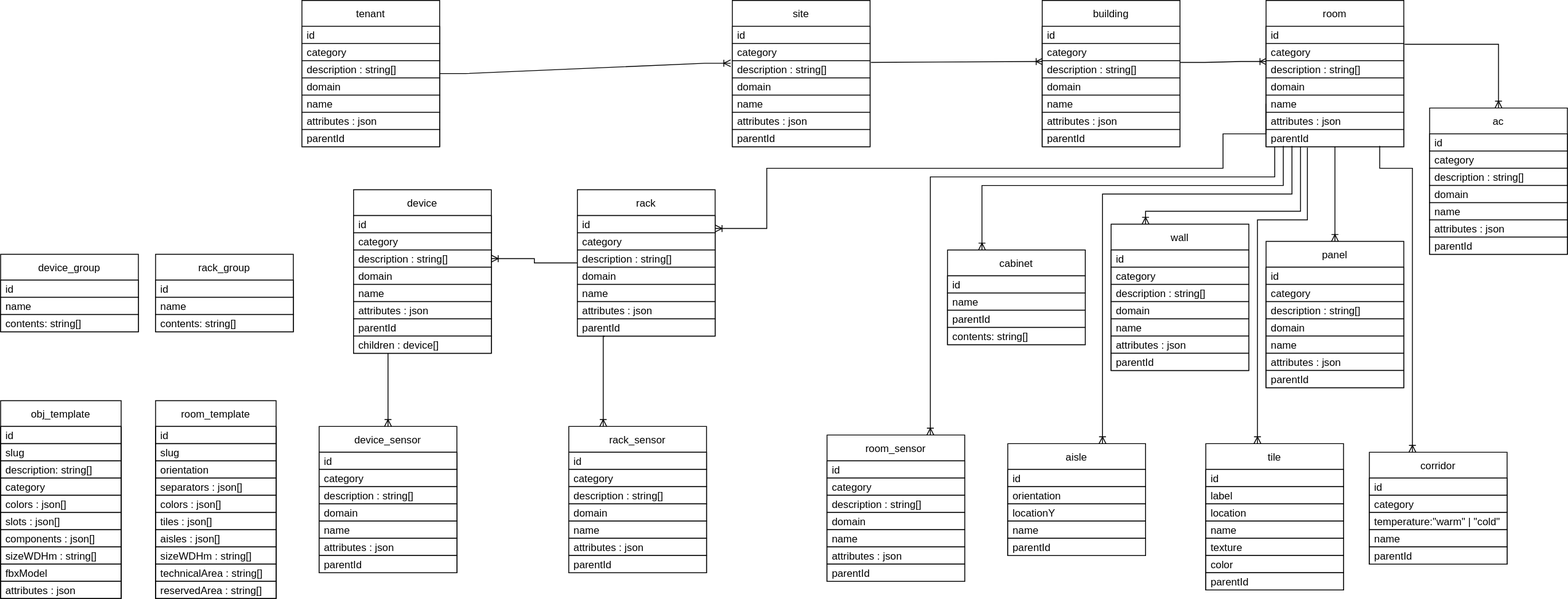
Before: resources/diagrams/DB Diagram.svg, a diagram exported from draw.io (ditrit/OGrEE-Core). Source tidied: cells renumbered, new cells last; positions are measured from the earlier drawing's top-left corner, leaving out a move shared by most shapes.
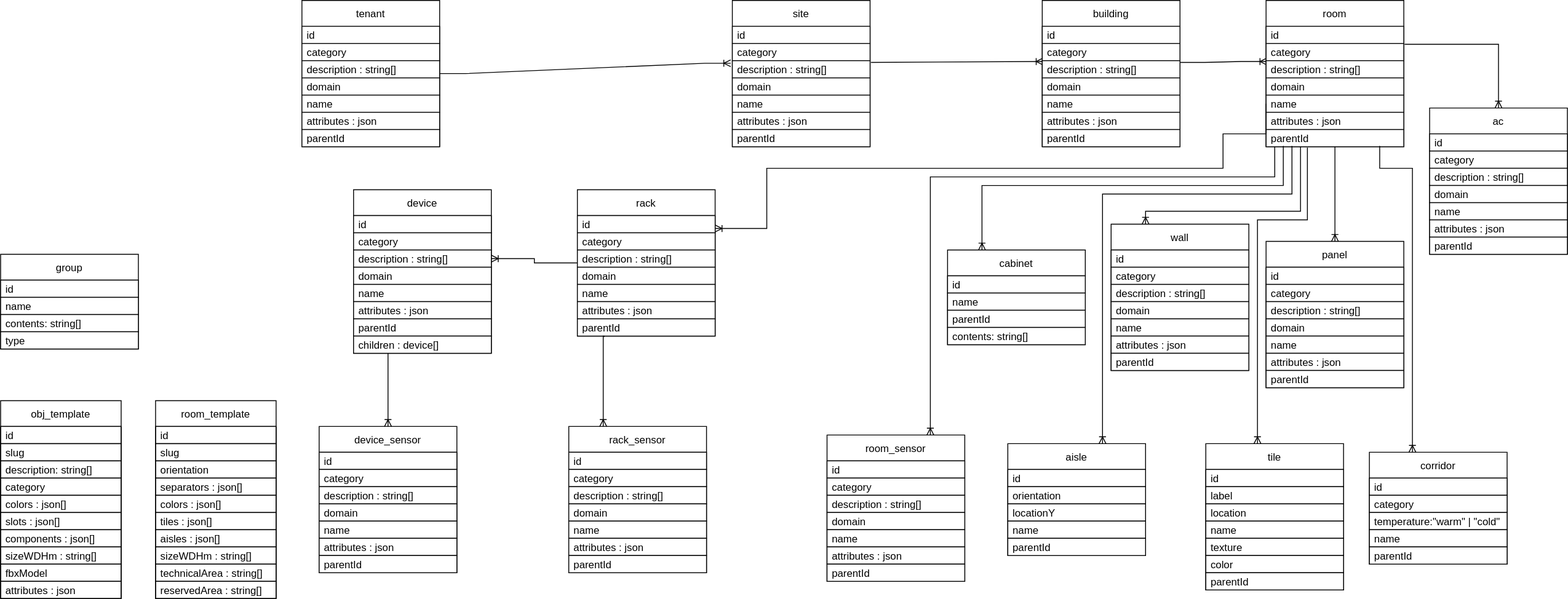
After the commit.

The edit, as a diff of the source:
```diff
@@ -417,26 +417,8 @@
     <mxCell id="133" style="text;strokeColor=default;fillColor=default;align=left;verticalAlign=middle;spacingLeft=4;spacingRight=4;overflow=hidden;fontColor=default;" parent="126" vertex="1">
       <mxGeometry y="130" width="160" as="geometry" />
     </mxCell>
-    <mxCell id="134" value="rack_group" style="swimlane;fontStyle=0;horizontal=1;startSize=30;fillColor=default;strokeColor=default;fontColor=default;" parent="1" vertex="1">
-      <mxGeometry x="180" y="295" width="160" height="90" as="geometry" />
-    </mxCell>
-    <mxCell id="135" value="id" style="text;strokeColor=default;fillColor=default;align=left;verticalAlign=middle;spacingLeft=4;spacingRight=4;overflow=hidden;fontColor=default;" parent="134" vertex="1">
-      <mxGeometry y="30" width="160" height="20" as="geometry" />
-    </mxCell>
-    <mxCell id="136" value="name" style="text;strokeColor=default;fillColor=default;align=left;verticalAlign=middle;spacingLeft=4;spacingRight=4;overflow=hidden;fontColor=default;" parent="134" vertex="1">
-      <mxGeometry y="50" width="160" height="20" as="geometry" />
-    </mxCell>
-    <mxCell id="137" value="contents: string[]" style="text;strokeColor=default;fillColor=default;align=left;verticalAlign=middle;spacingLeft=4;spacingRight=4;overflow=hidden;fontColor=default;" parent="134" vertex="1">
-      <mxGeometry y="70" width="160" height="20" as="geometry" />
-    </mxCell>
-    <mxCell id="138" style="text;strokeColor=default;fillColor=default;align=left;verticalAlign=middle;spacingLeft=4;spacingRight=4;overflow=hidden;fontColor=default;" parent="134" vertex="1">
-      <mxGeometry y="90" width="160" as="geometry" />
-    </mxCell>
-    <mxCell id="139" style="text;strokeColor=default;fillColor=default;align=left;verticalAlign=middle;spacingLeft=4;spacingRight=4;overflow=hidden;fontColor=default;" parent="134" vertex="1">
-      <mxGeometry y="90" width="160" as="geometry" />
-    </mxCell>
-    <mxCell id="140" value="device_group" style="swimlane;fontStyle=0;horizontal=1;startSize=30;fillColor=default;strokeColor=default;fontColor=default;" parent="1" vertex="1">
-      <mxGeometry y="295" width="160" height="90" as="geometry" />
+    <mxCell id="140" value="group" style="swimlane;fontStyle=0;horizontal=1;startSize=30;fillColor=default;strokeColor=default;fontColor=default;" parent="1" vertex="1">
+      <mxGeometry y="295" width="160" height="110" as="geometry" />
     </mxCell>
     <mxCell id="141" value="id" style="text;strokeColor=default;fillColor=default;align=left;verticalAlign=middle;spacingLeft=4;spacingRight=4;overflow=hidden;fontColor=default;" parent="140" vertex="1">
       <mxGeometry y="30" width="160" height="20" as="geometry" />
@@ -453,6 +435,9 @@
     <mxCell id="145" style="text;strokeColor=default;fillColor=default;align=left;verticalAlign=middle;spacingLeft=4;spacingRight=4;overflow=hidden;fontColor=default;" parent="140" vertex="1">
       <mxGeometry y="90" width="160" as="geometry" />
     </mxCell>
+    <mxCell id="186" value="type" style="text;strokeColor=default;fillColor=default;align=left;verticalAlign=middle;spacingLeft=4;spacingRight=4;overflow=hidden;fontColor=default;" parent="140" vertex="1">
+      <mxGeometry y="90" width="160" height="20" as="geometry" />
+    </mxCell>
     <mxCell id="146" value="aisle" style="swimlane;fontStyle=0;horizontal=1;startSize=30;fillColor=default;strokeColor=default;fontColor=default;" parent="1" vertex="1">
       <mxGeometry x="1170" y="515" width="160" height="130" as="geometry" />
     </mxCell>
```
